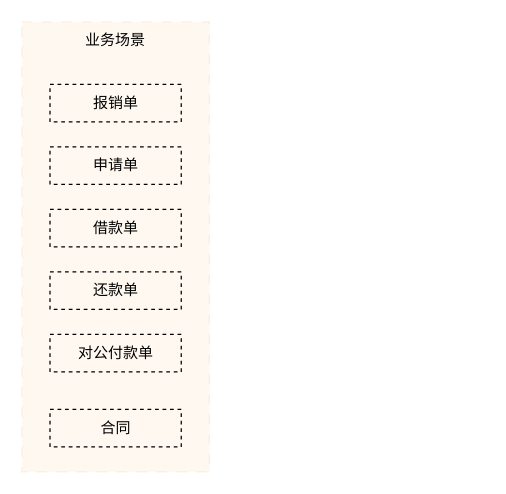
The draw.io diagram c/formRender.drawio in littlelady2015/yctea, before the edit. Source tidied: cells renumbered, new cells numbered last; positions are measured from the earlier drawing's top-left corner, leaving out a move shared by most shapes. Both pictures are drawn from the tidied source at 125%, with x=0, y=0 at pixel (21, 21).
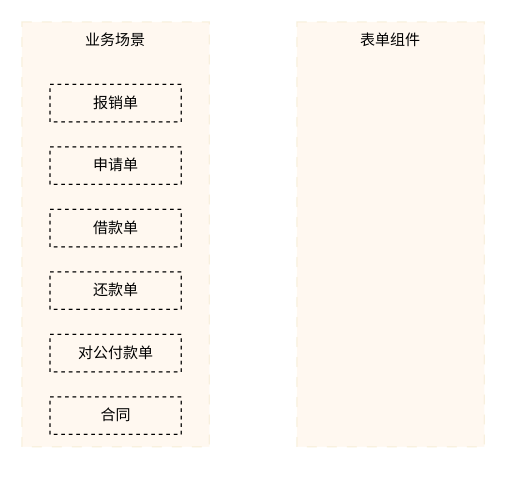
The same page after the edit.

Diff of the diagram source:
```diff
@@
 <mxGraphModel>
   <root>
     <mxCell id="0" />
     <mxCell id="1" parent="0" />
     <mxCell id="2" style="rounded=0;whiteSpace=wrap;html=1;fillColor=#ffe6cc;strokeColor=#e9d49f;opacity=30;dashed=1;dashPattern=8 8;" parent="1" vertex="1">
-      <mxGeometry width="150" height="360" as="geometry" />
+      <mxGeometry width="150" height="340" as="geometry" />
     </mxCell>
     <mxCell id="3" value="业务场景" style="text;html=1;strokeColor=none;fillColor=none;align=center;verticalAlign=middle;whiteSpace=wrap;rounded=0;" parent="1" vertex="1">
       <mxGeometry x="45" width="60" height="30" as="geometry" />
     </mxCell>
     <mxCell id="4" value="报销单" style="rounded=0;whiteSpace=wrap;html=1;fillColor=none;dashed=1;" parent="1" vertex="1">
       <mxGeometry x="22.5" y="50" width="105" height="30" as="geometry" />
     </mxCell>
     <mxCell id="5" value="申请单" style="rounded=0;whiteSpace=wrap;html=1;fillColor=none;dashed=1;" parent="1" vertex="1">
       <mxGeometry x="22.5" y="100" width="105" height="30" as="geometry" />
     </mxCell>
     <mxCell id="6" value="借款单" style="rounded=0;whiteSpace=wrap;html=1;fillColor=none;dashed=1;" parent="1" vertex="1">
       <mxGeometry x="22.5" y="150" width="105" height="30" as="geometry" />
     </mxCell>
     <mxCell id="7" value="还款单" style="rounded=0;whiteSpace=wrap;html=1;fillColor=none;dashed=1;" parent="1" vertex="1">
       <mxGeometry x="22.5" y="200" width="105" height="30" as="geometry" />
     </mxCell>
     <mxCell id="8" value="对公付款单" style="rounded=0;whiteSpace=wrap;html=1;fillColor=none;dashed=1;" parent="1" vertex="1">
       <mxGeometry x="22.5" y="250" width="105" height="30" as="geometry" />
     </mxCell>
     <mxCell id="9" value="合同" style="rounded=0;whiteSpace=wrap;html=1;fillColor=none;dashed=1;" parent="1" vertex="1">
-      <mxGeometry x="22.5" y="310" width="105" height="30" as="geometry" />
+      <mxGeometry x="22.5" y="300" width="105" height="30" as="geometry" />
     </mxCell>
+    <mxCell id="10" style="rounded=0;whiteSpace=wrap;html=1;fillColor=#ffe6cc;strokeColor=#e9d49f;opacity=30;dashed=1;dashPattern=8 8;" parent="1" vertex="1">
+      <mxGeometry x="220" width="150" height="340" as="geometry" />
+    </mxCell>
+    <mxCell id="11" value="表单组件" style="text;html=1;strokeColor=none;fillColor=none;align=center;verticalAlign=middle;whiteSpace=wrap;rounded=0;" parent="1" vertex="1">
+      <mxGeometry x="265" width="60" height="30" as="geometry" />
+    </mxCell>
   </root>
 </mxGraphModel>
```
